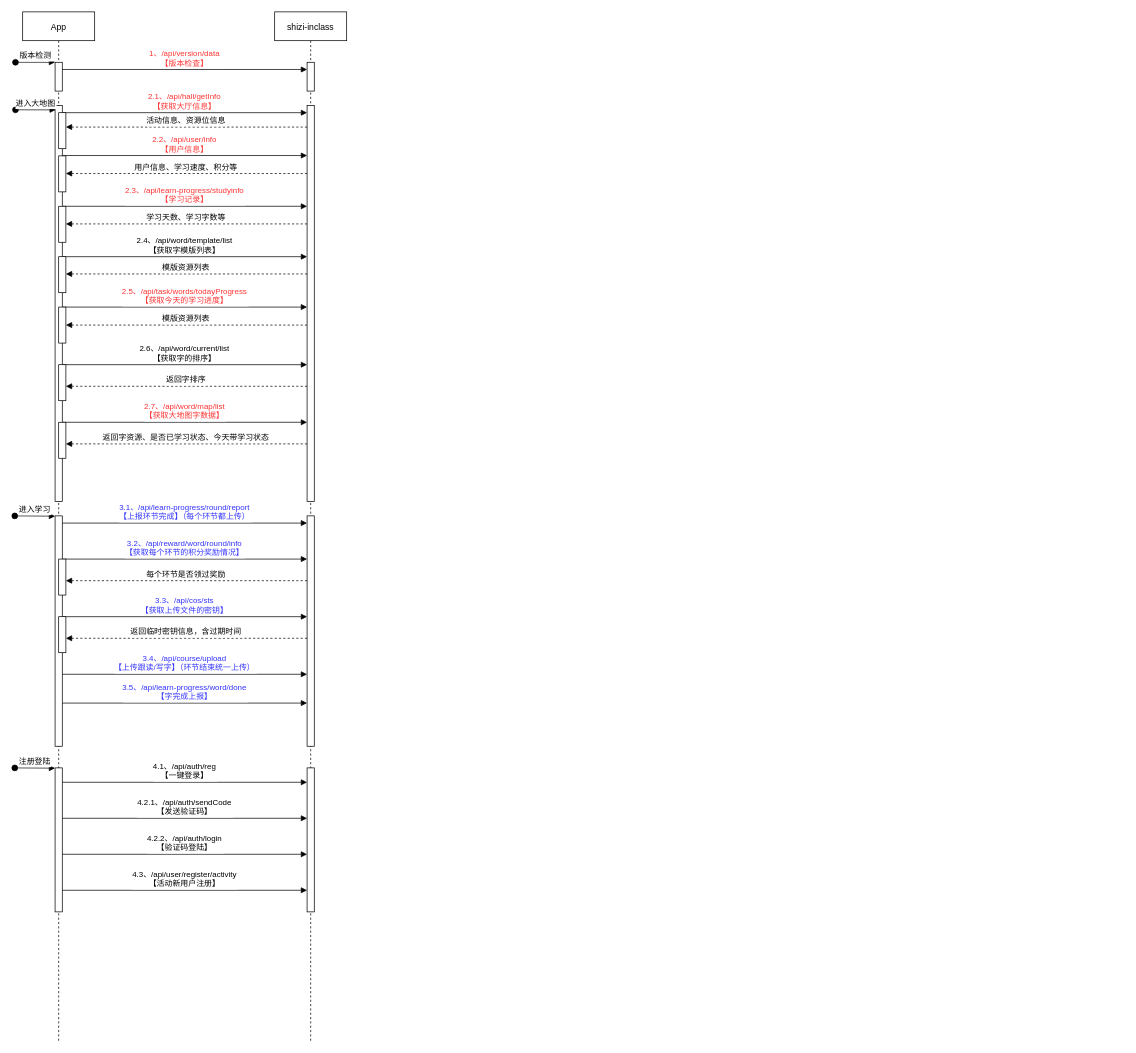
wgyuuu/flow_chart keeps this draw.io diagram as 识字主流程时序图.drawio. Above is the earlier version. Source tidied: cells renumbered, new cells numbered last; positions are measured from the earlier drawing's top-left corner, leaving out a move shared by most shapes. Both pictures are drawn from the tidied source at 72%, with x=0, y=0 at pixel (14, 12).
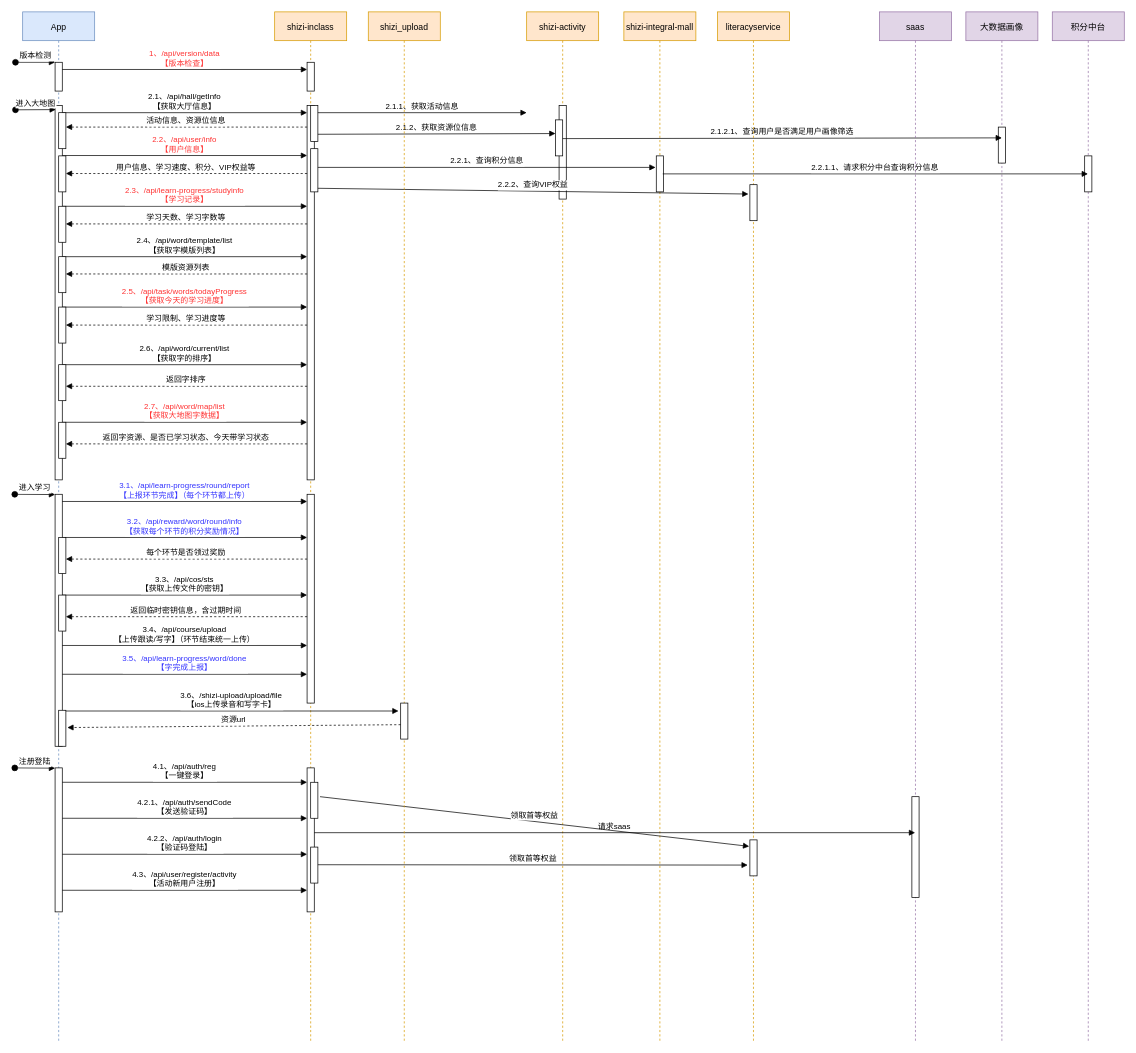
The same page after the edit.

Commit message (it also covers changes not shown here):
Update 识字主流程时序图.drawio

Diff of the diagram source:
```diff
@@
-    <mxCell id="2" value="App" style="shape=umlLifeline;perimeter=lifelinePerimeter;rounded=0;shadow=0;strokeWidth=1;" parent="1" vertex="1">
+    <mxCell id="2" value="App" style="shape=umlLifeline;perimeter=lifelinePerimeter;rounded=0;shadow=0;strokeWidth=1;fillColor=#dae8fc;strokeColor=#6c8ebf;" parent="1" vertex="1">
       <mxGeometry x="11" width="100" height="1430" as="geometry" />
     </mxCell>
@@
-    <mxCell id="5" value="shizi-inclass" style="shape=umlLifeline;perimeter=lifelinePerimeter;rounded=0;shadow=0;strokeWidth=1;" parent="1" vertex="1">
+    <mxCell id="5" value="shizi-inclass" style="shape=umlLifeline;perimeter=lifelinePerimeter;rounded=0;shadow=0;strokeWidth=1;fillColor=#ffe6cc;strokeColor=#d79b00;" parent="1" vertex="1">
       <mxGeometry x="361" width="100" height="1430" as="geometry" />
     </mxCell>
     <mxCell id="6" style="perimeter=orthogonalPerimeter;rounded=0;shadow=0;strokeWidth=1;" parent="5" vertex="1">
-      <mxGeometry x="45" y="130" width="10" height="550" as="geometry" />
+      <mxGeometry x="45" y="130" width="10" height="520" as="geometry" />
     </mxCell>
@@
     <mxCell id="8" style="points=[];perimeter=orthogonalPerimeter;rounded=0;shadow=0;strokeWidth=1;" parent="1" vertex="1">
-      <mxGeometry x="56" y="130" width="10" height="550" as="geometry" />
+      <mxGeometry x="56" y="130" width="10" height="520" as="geometry" />
     </mxCell>
@@
-    <mxCell id="11" value="用户信息、学习速度、积分等" style="verticalAlign=bottom;endArrow=block;shadow=0;strokeWidth=1;dashed=1;" parent="1" edge="1">
+    <mxCell id="11" value="用户信息、学习速度、积分、VIP权益等" style="verticalAlign=bottom;endArrow=block;shadow=0;strokeWidth=1;dashed=1;" parent="1" edge="1">
       <mxGeometry relative="1" as="geometry">
         <mxPoint x="406" y="224.5" as="sourcePoint" />
         <mxPoint x="71" y="224.5" as="targetPoint" />
       </mxGeometry>
     </mxCell>
@@
-    <mxCell id="20" value="模版资源列表" style="verticalAlign=bottom;endArrow=block;shadow=0;strokeWidth=1;dashed=1;" parent="1" edge="1">
+    <mxCell id="20" value="学习限制、学习进度等" style="verticalAlign=bottom;endArrow=block;shadow=0;strokeWidth=1;dashed=1;" parent="1" edge="1">
       <mxGeometry relative="1" as="geometry">
         <mxPoint x="406" y="435" as="sourcePoint" />
         <mxPoint x="71" y="435" as="targetPoint" />
       </mxGeometry>
     </mxCell>
@@
     <mxCell id="28" style="perimeter=orthogonalPerimeter;rounded=0;shadow=0;strokeWidth=1;" parent="1" vertex="1">
-      <mxGeometry x="56" y="700" width="10" height="320" as="geometry" />
+      <mxGeometry x="56" y="670" width="10" height="350" as="geometry" />
     </mxCell>
     <mxCell id="29" value="进入学习" style="verticalAlign=bottom;startArrow=oval;endArrow=block;startSize=8;shadow=0;strokeWidth=1;entryX=0.1;entryY=0.011;entryDx=0;entryDy=0;entryPerimeter=0;" parent="1" edge="1">
       <mxGeometry relative="1" as="geometry">
-        <mxPoint y="700" as="sourcePoint" />
-        <mxPoint x="56" y="700.4" as="targetPoint" />
+        <mxPoint y="670" as="sourcePoint" />
+        <mxPoint x="56" y="670.4" as="targetPoint" />
       </mxGeometry>
     </mxCell>
     <mxCell id="30" value="3.1、/api/learn-progress/round/report&#10;【上报环节完成】（每个环节都上传）" style="verticalAlign=bottom;endArrow=block;entryX=0;entryY=0;shadow=0;strokeWidth=1;fontColor=#3333FF;" parent="1" edge="1">
       <mxGeometry relative="1" as="geometry">
-        <mxPoint x="66" y="710" as="sourcePoint" />
-        <mxPoint x="406" y="710" as="targetPoint" />
+        <mxPoint x="66" y="680" as="sourcePoint" />
+        <mxPoint x="406" y="680" as="targetPoint" />
       </mxGeometry>
     </mxCell>
     <mxCell id="31" style="perimeter=orthogonalPerimeter;rounded=0;shadow=0;strokeWidth=1;" parent="1" vertex="1">
-      <mxGeometry x="406" y="700" width="10" height="320" as="geometry" />
+      <mxGeometry x="406" y="670" width="10" height="290" as="geometry" />
     </mxCell>
     <mxCell id="32" value="3.2、/api/reward/word/round/info&#10;【获取每个环节的积分奖励情况】" style="verticalAlign=bottom;endArrow=block;entryX=0;entryY=0;shadow=0;strokeWidth=1;fontColor=#3333FF;" parent="1" edge="1">
       <mxGeometry relative="1" as="geometry">
-        <mxPoint x="66" y="760" as="sourcePoint" />
-        <mxPoint x="406" y="760" as="targetPoint" />
+        <mxPoint x="66" y="730" as="sourcePoint" />
+        <mxPoint x="406" y="730" as="targetPoint" />
       </mxGeometry>
     </mxCell>
     <mxCell id="33" value="每个环节是否领过奖励" style="verticalAlign=bottom;endArrow=block;shadow=0;strokeWidth=1;dashed=1;" parent="1" edge="1">
       <mxGeometry relative="1" as="geometry">
-        <mxPoint x="406" y="790" as="sourcePoint" />
-        <mxPoint x="71" y="790" as="targetPoint" />
+        <mxPoint x="406" y="760" as="sourcePoint" />
+        <mxPoint x="71" y="760" as="targetPoint" />
       </mxGeometry>
     </mxCell>
     <mxCell id="34" style="perimeter=orthogonalPerimeter;rounded=0;shadow=0;strokeWidth=1;" parent="1" vertex="1">
-      <mxGeometry x="61" y="760" width="10" height="50" as="geometry" />
+      <mxGeometry x="61" y="730" width="10" height="50" as="geometry" />
     </mxCell>
-    <mxCell id="35" value="3.3、/api/cos/sts&#10;【获取上传文件的密钥】" style="verticalAlign=bottom;endArrow=block;entryX=0;entryY=0;shadow=0;strokeWidth=1;fontColor=#3333FF;" parent="1" edge="1">
+    <mxCell id="35" value="3.3、/api/cos/sts&#10;【获取上传文件的密钥】" style="verticalAlign=bottom;endArrow=block;entryX=0;entryY=0;shadow=0;strokeWidth=1;" parent="1" edge="1">
       <mxGeometry relative="1" as="geometry">
-        <mxPoint x="66" y="840" as="sourcePoint" />
-        <mxPoint x="406" y="840" as="targetPoint" />
+        <mxPoint x="66" y="810" as="sourcePoint" />
+        <mxPoint x="406" y="810" as="targetPoint" />
       </mxGeometry>
     </mxCell>
     <mxCell id="36" value="返回临时密钥信息，含过期时间" style="verticalAlign=bottom;endArrow=block;shadow=0;strokeWidth=1;dashed=1;" parent="1" edge="1">
       <mxGeometry relative="1" as="geometry">
-        <mxPoint x="406" y="870" as="sourcePoint" />
-        <mxPoint x="71" y="870" as="targetPoint" />
+        <mxPoint x="406" y="840" as="sourcePoint" />
+        <mxPoint x="71" y="840" as="targetPoint" />
       </mxGeometry>
     </mxCell>
     <mxCell id="37" style="perimeter=orthogonalPerimeter;rounded=0;shadow=0;strokeWidth=1;" parent="1" vertex="1">
-      <mxGeometry x="61" y="840" width="10" height="50" as="geometry" />
+      <mxGeometry x="61" y="810" width="10" height="50" as="geometry" />
     </mxCell>
-    <mxCell id="38" value="3.4、/api/course/upload&#10;【上传跟读/写字】（环节结束统一上传）" style="verticalAlign=bottom;endArrow=block;entryX=0;entryY=0;shadow=0;strokeWidth=1;fontColor=#3333FF;" parent="1" edge="1">
+    <mxCell id="38" value="3.4、/api/course/upload&#10;【上传跟读/写字】（环节结束统一上传）" style="verticalAlign=bottom;endArrow=block;entryX=0;entryY=0;shadow=0;strokeWidth=1;" parent="1" edge="1">
       <mxGeometry relative="1" as="geometry">
-        <mxPoint x="66" y="920" as="sourcePoint" />
-        <mxPoint x="406" y="920" as="targetPoint" />
+        <mxPoint x="66" y="880" as="sourcePoint" />
+        <mxPoint x="406" y="880" as="targetPoint" />
       </mxGeometry>
     </mxCell>
     <mxCell id="39" value="3.5、/api/learn-progress/word/done&#10;【字完成上报】" style="verticalAlign=bottom;endArrow=block;entryX=0;entryY=0;shadow=0;strokeWidth=1;fontColor=#3333FF;" parent="1" edge="1">
       <mxGeometry relative="1" as="geometry">
-        <mxPoint x="66" y="960" as="sourcePoint" />
-        <mxPoint x="406" y="960" as="targetPoint" />
+        <mxPoint x="66" y="920" as="sourcePoint" />
+        <mxPoint x="406" y="920" as="targetPoint" />
       </mxGeometry>
     </mxCell>
-    <mxCell id="40" value="2.1、/api/hall/getInfo&#10;【获取大厅信息】" style="verticalAlign=bottom;endArrow=block;entryX=0;entryY=0;shadow=0;strokeWidth=1;fontColor=#FF3333;" parent="1" edge="1">
+    <mxCell id="40" value="2.1、/api/hall/getInfo&#10;【获取大厅信息】" style="verticalAlign=bottom;endArrow=block;entryX=0;entryY=0;shadow=0;strokeWidth=1;" parent="1" edge="1">
       <mxGeometry relative="1" as="geometry">
         <mxPoint x="66" y="140" as="sourcePoint" />
         <mxPoint x="406" y="140" as="targetPoint" />
       </mxGeometry>
     </mxCell>
@@
+    <mxCell id="51" value="shizi-activity" style="shape=umlLifeline;perimeter=lifelinePerimeter;rounded=0;shadow=0;strokeWidth=1;fillColor=#ffe6cc;strokeColor=#d79b00;" parent="1" vertex="1">
+      <mxGeometry x="711" width="100" height="1430" as="geometry" />
+    </mxCell>
+    <mxCell id="52" style="perimeter=orthogonalPerimeter;rounded=0;shadow=0;strokeWidth=1;" parent="51" vertex="1">
+      <mxGeometry x="45" y="130" width="10" height="130" as="geometry" />
+    </mxCell>
+    <mxCell id="53" style="perimeter=orthogonalPerimeter;rounded=0;shadow=0;strokeWidth=1;" parent="1" vertex="1">
+      <mxGeometry x="411" y="130" width="10" height="50" as="geometry" />
+    </mxCell>
+    <mxCell id="54" value="2.1.1、获取活动信息" style="verticalAlign=bottom;endArrow=block;shadow=0;strokeWidth=1;" parent="1" edge="1">
+      <mxGeometry relative="1" as="geometry">
+        <mxPoint x="421" y="140" as="sourcePoint" />
+        <mxPoint x="711" y="140" as="targetPoint" />
+      </mxGeometry>
+    </mxCell>
+    <mxCell id="55" value="2.1.2、获取资源位信息" style="verticalAlign=bottom;endArrow=block;shadow=0;strokeWidth=1;entryX=0;entryY=0.38;entryDx=0;entryDy=0;entryPerimeter=0;" parent="1" edge="1" target="58">
+      <mxGeometry relative="1" as="geometry">
+        <mxPoint x="421" y="170" as="sourcePoint" />
+      </mxGeometry>
+    </mxCell>
+    <mxCell id="56" value="shizi-integral-mall" style="shape=umlLifeline;perimeter=lifelinePerimeter;rounded=0;shadow=0;strokeWidth=1;fillColor=#ffe6cc;strokeColor=#d79b00;" parent="1" vertex="1">
+      <mxGeometry x="846" width="100" height="1430" as="geometry" />
+    </mxCell>
+    <mxCell id="57" style="points=[];perimeter=orthogonalPerimeter;rounded=0;shadow=0;strokeWidth=1;" parent="56" vertex="1">
+      <mxGeometry x="45" y="200" width="10" height="50" as="geometry" />
+    </mxCell>
+    <mxCell id="58" style="points=[];perimeter=orthogonalPerimeter;rounded=0;shadow=0;strokeWidth=1;" parent="1" vertex="1">
+      <mxGeometry x="751" y="150" width="10" height="50" as="geometry" />
+    </mxCell>
+    <mxCell id="59" value="大数据画像" style="shape=umlLifeline;perimeter=lifelinePerimeter;rounded=0;shadow=0;strokeWidth=1;fillColor=#e1d5e7;strokeColor=#9673a6;" parent="1" vertex="1">
+      <mxGeometry x="1321" width="100" height="1430" as="geometry" />
+    </mxCell>
+    <mxCell id="60" style="points=[];perimeter=orthogonalPerimeter;rounded=0;shadow=0;strokeWidth=1;" parent="59" vertex="1">
+      <mxGeometry x="45" y="160" width="10" height="50" as="geometry" />
+    </mxCell>
+    <mxCell id="61" value="2.1.2.1、查询用户是否满足用户画像筛选" style="verticalAlign=bottom;endArrow=block;shadow=0;strokeWidth=1;entryX=0.5;entryY=0.3;entryDx=0;entryDy=0;entryPerimeter=0;exitX=1;exitY=0.52;exitDx=0;exitDy=0;exitPerimeter=0;" parent="1" edge="1" source="58" target="60">
+      <mxGeometry relative="1" as="geometry" />
+    </mxCell>
+    <mxCell id="62" style="points=[];perimeter=orthogonalPerimeter;rounded=0;shadow=0;strokeWidth=1;" parent="1" vertex="1">
+      <mxGeometry x="411" y="190" width="10" height="60" as="geometry" />
+    </mxCell>
+    <mxCell id="63" value="2.2.1、查询积分信息" style="verticalAlign=bottom;endArrow=block;shadow=0;strokeWidth=1;entryX=-0.1;entryY=0.32;entryDx=0;entryDy=0;entryPerimeter=0;" parent="1" edge="1" target="57">
+      <mxGeometry relative="1" as="geometry">
+        <mxPoint x="421" y="216" as="sourcePoint" />
+      </mxGeometry>
+    </mxCell>
+    <mxCell id="64" value="积分中台" style="shape=umlLifeline;perimeter=lifelinePerimeter;rounded=0;shadow=0;strokeWidth=1;fillColor=#e1d5e7;strokeColor=#9673a6;" parent="1" vertex="1">
+      <mxGeometry x="1441" width="100" height="1430" as="geometry" />
+    </mxCell>
+    <mxCell id="65" style="perimeter=orthogonalPerimeter;rounded=0;shadow=0;strokeWidth=1;" parent="64" vertex="1">
+      <mxGeometry x="45" y="200" width="10" height="50" as="geometry" />
+    </mxCell>
+    <mxCell id="66" value="2.2.1.1、请求积分中台查询积分信息" style="verticalAlign=bottom;endArrow=block;shadow=0;strokeWidth=1;exitX=0.9;exitY=0.5;exitDx=0;exitDy=0;exitPerimeter=0;" parent="1" edge="1" source="57" target="64">
+      <mxGeometry relative="1" as="geometry" />
+    </mxCell>
+    <mxCell id="67" value="literacyservice" style="shape=umlLifeline;perimeter=lifelinePerimeter;rounded=0;shadow=0;strokeWidth=1;fillColor=#ffe6cc;strokeColor=#d79b00;" parent="1" vertex="1">
+      <mxGeometry x="976" width="100" height="1430" as="geometry" />
+    </mxCell>
+    <mxCell id="68" style="points=[];perimeter=orthogonalPerimeter;rounded=0;shadow=0;strokeWidth=1;" parent="67" vertex="1">
+      <mxGeometry x="45" y="240" width="10" height="50" as="geometry" />
+    </mxCell>
+    <mxCell id="69" value="2.2.2、查询VIP权益" style="verticalAlign=bottom;endArrow=block;shadow=0;strokeWidth=1;exitX=1;exitY=0.917;exitDx=0;exitDy=0;exitPerimeter=0;entryX=-0.2;entryY=0.26;entryDx=0;entryDy=0;entryPerimeter=0;" parent="1" edge="1" source="62" target="68">
+      <mxGeometry relative="1" as="geometry" />
+    </mxCell>
+    <mxCell id="70" value="saas" style="shape=umlLifeline;perimeter=lifelinePerimeter;rounded=0;shadow=0;strokeWidth=1;fillColor=#e1d5e7;strokeColor=#9673a6;" parent="1" vertex="1">
+      <mxGeometry x="1201" width="100" height="1430" as="geometry" />
+    </mxCell>
+    <mxCell id="71" style="perimeter=orthogonalPerimeter;rounded=0;shadow=0;strokeWidth=1;" parent="70" vertex="1">
+      <mxGeometry x="45" y="1090" width="10" height="140" as="geometry" />
+    </mxCell>
+    <mxCell id="72" value="请求saas" style="verticalAlign=bottom;endArrow=block;shadow=0;strokeWidth=1;" parent="1" edge="1" target="70">
+      <mxGeometry relative="1" as="geometry">
+        <mxPoint x="416" y="1140" as="sourcePoint" />
+      </mxGeometry>
+    </mxCell>
+    <mxCell id="73" style="points=[];perimeter=orthogonalPerimeter;rounded=0;shadow=0;strokeWidth=1;" parent="1" vertex="1">
+      <mxGeometry x="1021" y="1150" width="10" height="50" as="geometry" />
+    </mxCell>
+    <mxCell id="74" style="perimeter=orthogonalPerimeter;rounded=0;shadow=0;strokeWidth=1;" parent="1" vertex="1">
+      <mxGeometry x="411" y="1070" width="10" height="50" as="geometry" />
+    </mxCell>
+    <mxCell id="75" style="perimeter=orthogonalPerimeter;rounded=0;shadow=0;strokeWidth=1;" parent="1" vertex="1">
+      <mxGeometry x="411" y="1160" width="10" height="50" as="geometry" />
+    </mxCell>
+    <mxCell id="76" value="领取首等权益" style="verticalAlign=bottom;endArrow=block;entryX=-0.3;entryY=0.7;shadow=0;strokeWidth=1;entryDx=0;entryDy=0;entryPerimeter=0;" parent="1" edge="1" target="73">
+      <mxGeometry relative="1" as="geometry">
+        <mxPoint x="421" y="1184.5" as="sourcePoint" />
+      </mxGeometry>
+    </mxCell>
+    <mxCell id="77" value="领取首等权益" style="verticalAlign=bottom;endArrow=block;entryX=-0.1;entryY=0.18;shadow=0;strokeWidth=1;entryDx=0;entryDy=0;entryPerimeter=0;" parent="1" edge="1" target="73">
+      <mxGeometry relative="1" as="geometry">
+        <mxPoint x="424" y="1090" as="sourcePoint" />
+      </mxGeometry>
+    </mxCell>
+    <mxCell id="78" value="3.6、/shizi-upload/upload/file&#10;【ios上传录音和写字卡】" style="verticalAlign=bottom;endArrow=block;shadow=0;strokeWidth=1;entryX=-0.3;entryY=0.22;entryDx=0;entryDy=0;entryPerimeter=0;" parent="1" edge="1" target="80">
+      <mxGeometry relative="1" as="geometry">
+        <mxPoint x="68" y="971" as="sourcePoint" />
+      </mxGeometry>
+    </mxCell>
+    <mxCell id="79" value="shizi_upload" style="shape=umlLifeline;perimeter=lifelinePerimeter;rounded=0;shadow=0;strokeWidth=1;fillColor=#ffe6cc;strokeColor=#d79b00;" parent="1" vertex="1">
+      <mxGeometry x="491" width="100" height="1430" as="geometry" />
+    </mxCell>
+    <mxCell id="80" style="points=[];perimeter=orthogonalPerimeter;rounded=0;shadow=0;strokeWidth=1;" parent="79" vertex="1">
+      <mxGeometry x="45" y="960" width="10" height="50" as="geometry" />
+    </mxCell>
+    <mxCell id="81" value="资源url" style="verticalAlign=bottom;endArrow=block;shadow=0;strokeWidth=1;dashed=1;entryX=1.2;entryY=0.48;entryDx=0;entryDy=0;entryPerimeter=0;" parent="1" edge="1" target="82">
+      <mxGeometry relative="1" as="geometry">
+        <mxPoint x="536" y="990" as="sourcePoint" />
+      </mxGeometry>
+    </mxCell>
+    <mxCell id="82" style="points=[];perimeter=orthogonalPerimeter;rounded=0;shadow=0;strokeWidth=1;" parent="1" vertex="1">
+      <mxGeometry x="61" y="970" width="10" height="50" as="geometry" />
+    </mxCell>
```
